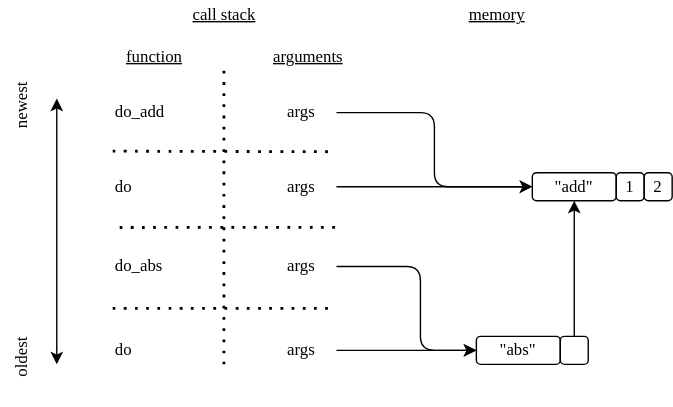
The draw.io diagram docs/interpreter/interpreter_recursive_evaluation.svg in gvwilson/sdxpy, before a commit. Source tidied: cells renumbered, new cells last; positions are measured from the earlier drawing's top-left corner, leaving out a move shared by most shapes.
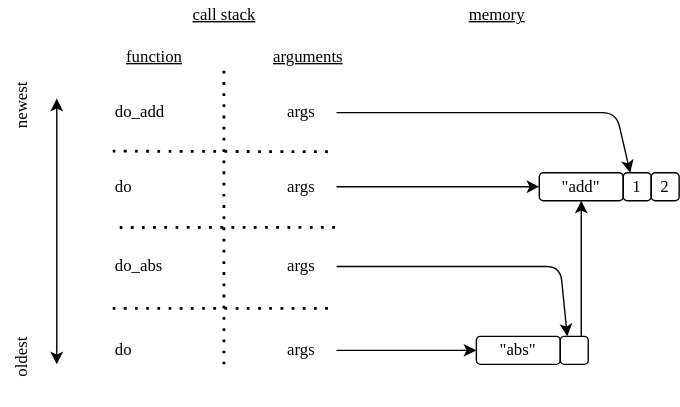
After the change.

Diff of the diagram source:
```diff
@@ -9,19 +9,18 @@
       <mxGeometry x="420" y="240" width="20" height="20" as="geometry" />
     </mxCell>
     <mxCell id="4" value="1" style="rounded=1;whiteSpace=wrap;html=1;sketch=0;hachureGap=4;fontFamily=Verdana;fontSize=12;fillColor=none;" parent="1" vertex="1">
-      <mxGeometry x="460" y="123" width="20" height="20" as="geometry" />
+      <mxGeometry x="465" y="123" width="20" height="20" as="geometry" />
     </mxCell>
     <mxCell id="5" value="2" style="rounded=1;whiteSpace=wrap;html=1;sketch=0;hachureGap=4;fontFamily=Verdana;fontSize=12;fillColor=none;" parent="1" vertex="1">
-      <mxGeometry x="480" y="123" width="20" height="20" as="geometry" />
+      <mxGeometry x="485" y="123" width="20" height="20" as="geometry" />
     </mxCell>
     <mxCell id="6" value="args" style="rounded=1;whiteSpace=wrap;html=1;sketch=0;hachureGap=4;fontFamily=Verdana;fontSize=12;fillColor=none;strokeColor=none;" parent="1" vertex="1">
       <mxGeometry x="210" y="180" width="50" height="20" as="geometry" />
     </mxCell>
-    <mxCell id="7" style="endArrow=classic;html=1;rounded=1;sketch=0;hachureGap=4;fontFamily=Verdana;fontSize=12;sourcePerimeterSpacing=8;targetPerimeterSpacing=8;exitX=1;exitY=0.5;exitDx=0;exitDy=0;entryX=0;entryY=0.5;entryDx=0;entryDy=0;" parent="1" edge="1" source="6" target="2">
+    <mxCell id="7" style="endArrow=classic;html=1;rounded=1;sketch=0;hachureGap=4;fontFamily=Verdana;fontSize=12;sourcePerimeterSpacing=8;targetPerimeterSpacing=8;exitX=1;exitY=0.5;exitDx=0;exitDy=0;entryX=0.25;entryY=0;entryDx=0;entryDy=0;" parent="1" edge="1" source="6" target="3">
       <mxGeometry relative="1" as="geometry">
         <Array as="points">
-          <mxPoint x="320" y="190" />
-          <mxPoint x="320" y="250" />
+          <mxPoint x="420" y="190" />
         </Array>
       </mxGeometry>
     </mxCell>
@@ -88,18 +87,17 @@
     <mxCell id="24" style="endArrow=classic;html=1;rounded=1;sketch=0;hachureGap=4;fontFamily=Verdana;fontSize=12;sourcePerimeterSpacing=8;targetPerimeterSpacing=8;exitX=1;exitY=0.5;exitDx=0;exitDy=0;entryX=0;entryY=0.5;entryDx=0;entryDy=0;" parent="1" edge="1" source="19" target="26">
       <mxGeometry relative="1" as="geometry" />
     </mxCell>
-    <mxCell id="25" style="endArrow=classic;html=1;rounded=1;sketch=0;hachureGap=4;fontFamily=Verdana;fontSize=12;sourcePerimeterSpacing=8;targetPerimeterSpacing=8;exitX=1;exitY=0.5;exitDx=0;exitDy=0;entryX=0;entryY=0.5;entryDx=0;entryDy=0;" parent="1" edge="1" source="10" target="26">
+    <mxCell id="25" style="endArrow=classic;html=1;rounded=1;sketch=0;hachureGap=4;fontFamily=Verdana;fontSize=12;sourcePerimeterSpacing=8;targetPerimeterSpacing=8;exitX=1;exitY=0.5;exitDx=0;exitDy=0;entryX=0.25;entryY=0;entryDx=0;entryDy=0;" parent="1" edge="1" source="10" target="4">
       <mxGeometry relative="1" as="geometry">
         <Array as="points">
-          <mxPoint x="330" y="80" />
-          <mxPoint x="330" y="133" />
+          <mxPoint x="460" y="80" />
         </Array>
       </mxGeometry>
     </mxCell>
     <mxCell id="26" value="&quot;add&quot;" style="rounded=1;whiteSpace=wrap;html=1;sketch=0;hachureGap=4;fontFamily=Verdana;fontSize=12;fillColor=none;" parent="1" vertex="1">
-      <mxGeometry x="400" y="123" width="60" height="20" as="geometry" />
+      <mxGeometry x="405" y="123" width="60" height="20" as="geometry" />
     </mxCell>
-    <mxCell id="27" style="endArrow=classic;html=1;rounded=0;sketch=0;fontFamily=Verdana;entryX=0.5;entryY=1;entryDx=0;entryDy=0;exitX=0.5;exitY=0;exitDx=0;exitDy=0;fontSize=12;" parent="1" edge="1" source="3" target="26">
+    <mxCell id="27" style="endArrow=classic;html=1;rounded=0;sketch=0;fontFamily=Verdana;entryX=0.5;entryY=1;entryDx=0;entryDy=0;fontSize=12;exitX=0.75;exitY=0;exitDx=0;exitDy=0;" parent="1" edge="1" source="3" target="26">
       <mxGeometry relative="1" as="geometry" />
     </mxCell>
     <mxCell id="28" style="endArrow=classic;startArrow=classic;html=1;rounded=0;sketch=0;fontFamily=Verdana;fontSize=12;" parent="1" edge="1">
```
